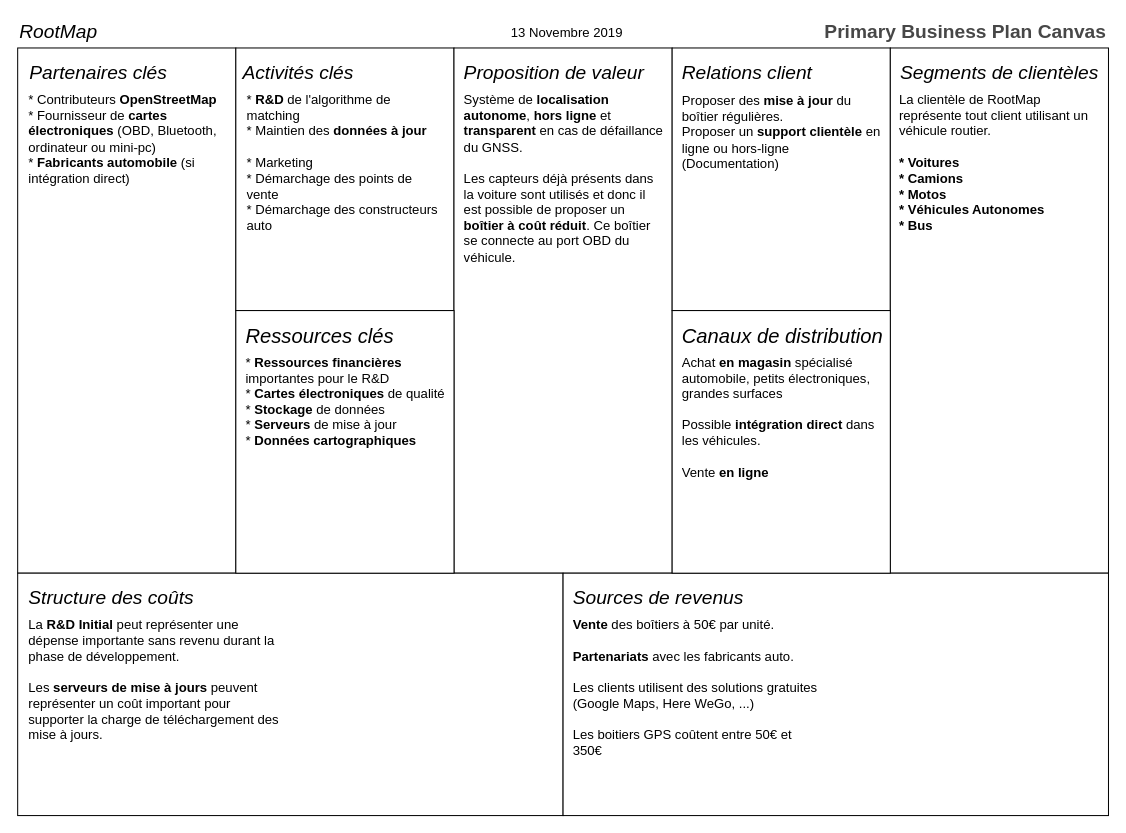
Above: rootmap-business-modal-canvas.drawio in EpicKiwi/RootMap-innov (draw.io), before the change. Source tidied: cells renumbered, new cells numbered last; positions are measured from the earlier drawing's top-left corner, leaving out a move shared by most shapes. Both pictures are drawn from the tidied source at 101%, with x=0, y=0 at pixel (17, 17).
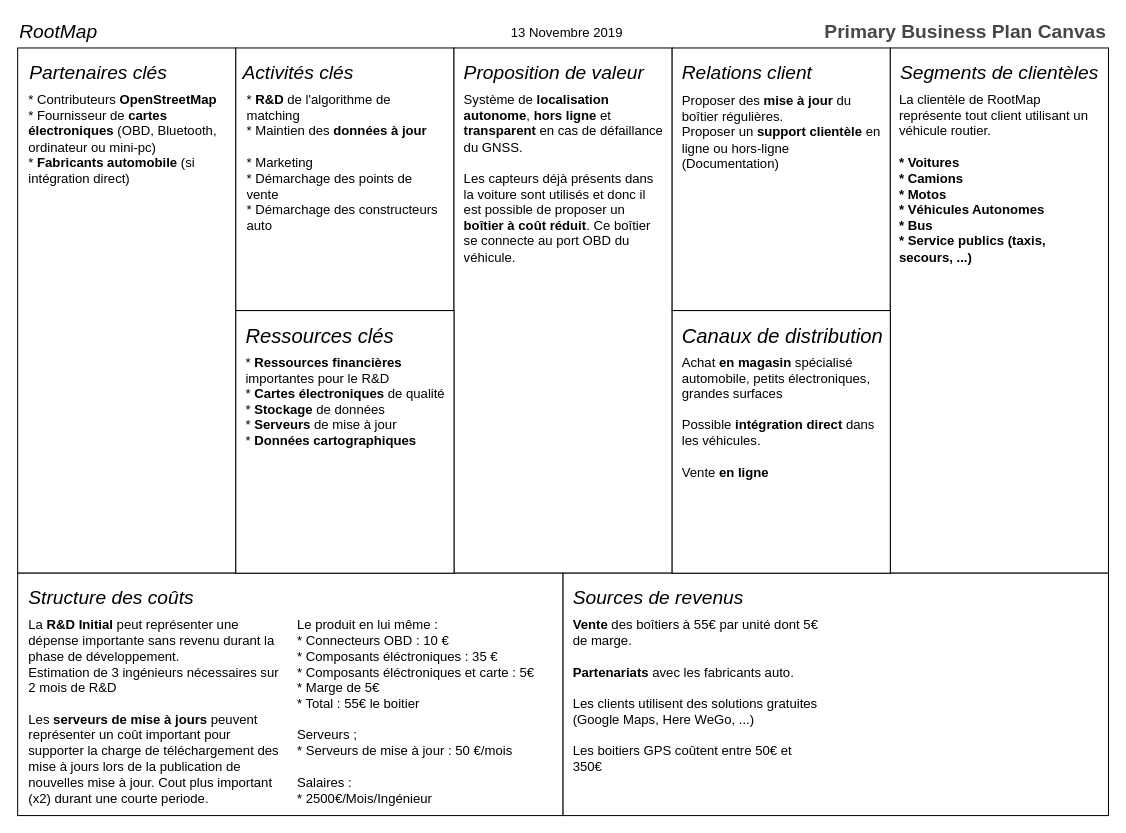
The same diagram, later.

The edit, as a diff of the source:
```diff
@@
-    <mxCell id="22" value="&lt;div&gt;La clientèle de RootMap représente tout client utilisant un véhicule routier.&lt;/div&gt;&lt;div&gt;&lt;br&gt;&lt;/div&gt;&lt;div&gt;&lt;b&gt;* Voitures&lt;/b&gt;&lt;/div&gt;&lt;div&gt;&lt;b&gt;* Camions&lt;/b&gt;&lt;/div&gt;&lt;div&gt;&lt;b&gt;* Motos&lt;/b&gt;&lt;/div&gt;&lt;div&gt;&lt;b&gt;* Véhicules Autonomes&lt;/b&gt;&lt;/div&gt;&lt;div&gt;&lt;b&gt;* Bus&lt;/b&gt;&lt;br&gt;&lt;/div&gt;" style="text;html=1;strokeColor=none;fillColor=none;spacing=2;spacingTop=-3;whiteSpace=wrap;overflow=hidden;rounded=0;fontFamily=Helvetica;fontSize=13;align=left;" parent="1" vertex="1">
+    <mxCell id="22" value="&lt;div&gt;La clientèle de RootMap représente tout client utilisant un véhicule routier.&lt;/div&gt;&lt;div&gt;&lt;br&gt;&lt;/div&gt;&lt;div&gt;&lt;b&gt;* Voitures&lt;/b&gt;&lt;/div&gt;&lt;div&gt;&lt;b&gt;* Camions&lt;/b&gt;&lt;/div&gt;&lt;div&gt;&lt;b&gt;* Motos&lt;/b&gt;&lt;/div&gt;&lt;div&gt;&lt;b&gt;* Véhicules Autonomes&lt;/b&gt;&lt;/div&gt;&lt;div&gt;&lt;b&gt;* Bus&lt;/b&gt;&lt;/div&gt;&lt;div&gt;&lt;b&gt;* Service publics (taxis, secours, ...)&lt;/b&gt;&lt;/div&gt;" style="text;html=1;strokeColor=none;fillColor=none;spacing=2;spacingTop=-3;whiteSpace=wrap;overflow=hidden;rounded=0;fontFamily=Helvetica;fontSize=13;align=left;" parent="1" vertex="1">
       <mxGeometry x="871" y="70" width="201" height="470" as="geometry" />
     </mxCell>
@@
-    <mxCell id="27" value="&lt;div&gt;La &lt;b&gt;R&amp;amp;D Initial&lt;/b&gt; peut représenter une dépense importante sans revenu durant la phase de développement.&lt;/div&gt;&lt;div&gt;&lt;br&gt;&lt;/div&gt;&lt;div&gt;Les &lt;b&gt;serveurs de mise à jours&lt;/b&gt; peuvent représenter un coût important pour supporter la charge de téléchargement des mise à jours.&lt;br&gt;&lt;/div&gt;" style="text;html=1;strokeColor=none;fillColor=none;spacing=2;spacingTop=-3;whiteSpace=wrap;overflow=hidden;rounded=0;fontFamily=Helvetica;fontSize=13;align=left;" parent="1" vertex="1">
+    <mxCell id="27" value="&lt;div&gt;La &lt;b&gt;R&amp;amp;D Initial&lt;/b&gt; peut représenter une dépense importante sans revenu durant la phase de développement.&lt;/div&gt;&lt;div&gt;Estimation de 3 ingénieurs nécessaires sur 2 mois de R&amp;amp;D&lt;br&gt;&lt;/div&gt;&lt;div&gt;&lt;br&gt;&lt;/div&gt;&lt;div&gt;Les &lt;b&gt;serveurs de mise à jours&lt;/b&gt; peuvent représenter un coût important pour supporter la charge de téléchargement des mise à jours lors de la publication de nouvelles mise à jour. Cout plus important (x2) durant une courte periode.&lt;br&gt;&lt;/div&gt;" style="text;html=1;strokeColor=none;fillColor=none;spacing=2;spacingTop=-3;whiteSpace=wrap;overflow=hidden;rounded=0;fontFamily=Helvetica;fontSize=13;align=left;" parent="1" vertex="1">
       <mxGeometry x="9" y="590" width="251" height="190" as="geometry" />
     </mxCell>
-    <mxCell id="28" value="&lt;div&gt;&lt;b&gt;Vente&lt;/b&gt; des boîtiers à 50€ par unité.&lt;/div&gt;&lt;div&gt;&lt;br&gt;&lt;/div&gt;&lt;div&gt;&lt;b&gt;Partenariats&lt;/b&gt; avec les fabricants auto.&lt;/div&gt;&lt;div&gt;&lt;br&gt;&lt;/div&gt;&lt;div&gt;Les clients utilisent des solutions gratuites (Google Maps, Here WeGo, ...)&lt;/div&gt;&lt;div&gt;&lt;br&gt;&lt;/div&gt;&lt;div&gt;Les boitiers GPS coûtent entre 50€ et 350€&lt;br&gt;&lt;/div&gt;" style="text;html=1;strokeColor=none;fillColor=none;spacing=2;spacingTop=-3;whiteSpace=wrap;overflow=hidden;rounded=0;fontFamily=Helvetica;fontSize=13;align=left;" parent="1" vertex="1">
+    <mxCell id="28" value="&lt;div&gt;&lt;b&gt;Vente&lt;/b&gt; des boîtiers à 55€ par unité dont 5€ de marge.&lt;/div&gt;&lt;div&gt;&lt;br&gt;&lt;/div&gt;&lt;div&gt;&lt;b&gt;Partenariats&lt;/b&gt; avec les fabricants auto.&lt;/div&gt;&lt;div&gt;&lt;br&gt;&lt;/div&gt;&lt;div&gt;Les clients utilisent des solutions gratuites (Google Maps, Here WeGo, ...)&lt;/div&gt;&lt;div&gt;&lt;br&gt;&lt;/div&gt;&lt;div&gt;Les boitiers GPS coûtent entre 50€ et 350€&lt;br&gt;&lt;/div&gt;" style="text;html=1;strokeColor=none;fillColor=none;spacing=2;spacingTop=-3;whiteSpace=wrap;overflow=hidden;rounded=0;fontFamily=Helvetica;fontSize=13;align=left;" parent="1" vertex="1">
       <mxGeometry x="548" y="590" width="251" height="190" as="geometry" />
     </mxCell>
@@
+    <mxCell id="32" value="&lt;div&gt;Le produit en lui même :&lt;/div&gt;&lt;div&gt;* Connecteurs OBD : 10 €&lt;/div&gt;&lt;div&gt;* Composants éléctroniques : 35 €&lt;/div&gt;&lt;div&gt;* Composants éléctroniques et carte : 5€&lt;/div&gt;&lt;div&gt;* Marge de 5€&lt;br&gt;&lt;/div&gt;&lt;div&gt;* Total : 55€ le boitier&lt;/div&gt;&lt;div&gt;&lt;br&gt;&lt;/div&gt;&lt;div&gt;Serveurs ;&lt;/div&gt;&lt;div&gt;* Serveurs de mise à jour : 50 €/mois&lt;/div&gt;&lt;div&gt;&lt;br&gt;&lt;/div&gt;&lt;div&gt;Salaires :&lt;/div&gt;&lt;div&gt;* 2500€/Mois/Ingénieur&lt;br&gt;&lt;/div&gt;&lt;div&gt;&lt;br&gt;&lt;/div&gt;" style="text;html=1;strokeColor=none;fillColor=none;spacing=2;spacingTop=-3;whiteSpace=wrap;overflow=hidden;rounded=0;fontFamily=Helvetica;fontSize=13;align=left;" parent="1" vertex="1">
+      <mxGeometry x="274.5" y="590" width="251" height="190" as="geometry" />
+    </mxCell>
```
